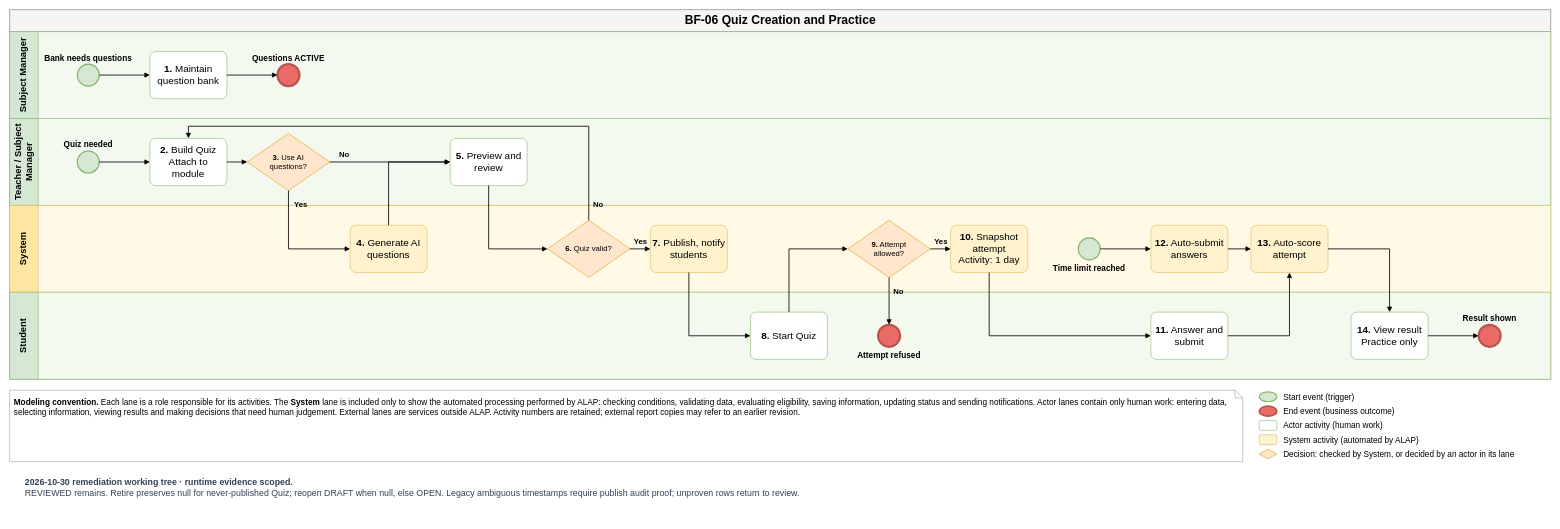
hygef-v4/AI-Powered-Learning-Platform keeps this draw.io diagram as aidlc-docs/inception/main-business-flows/BF-06-Quiz-Creation-and-Practice.drawio. Above is the earlier version. Source tidied: cells renumbered, new cells numbered last; positions are measured from the earlier drawing's top-left corner, leaving out a move shared by most shapes. Both pictures are drawn from the tidied source at 55%, with x=0, y=0 at pixel (9, 9).
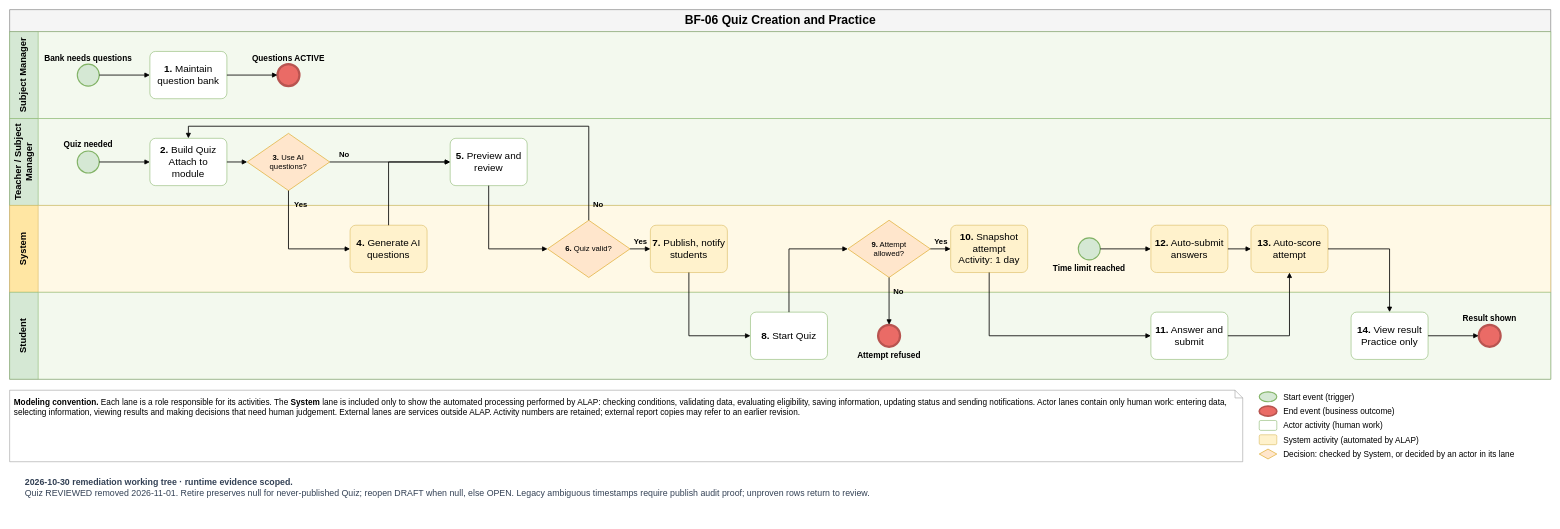
Above is the later version.

The edit, as a diff of the source:
```diff
@@
-    <mxCell id="58" value="&lt;b&gt;2026-10-30 remediation working tree · runtime evidence scoped.&lt;/b&gt;&lt;br&gt;REVIEWED remains. Retire preserves null for never-published Quiz; reopen DRAFT when null, else OPEN. Legacy ambiguous timestamps require publish audit proof; unproven rows return to review." style="text;html=1;whiteSpace=wrap;align=left;verticalAlign=top;fontSize=16;fontColor=#334155;spacing=8;" parent="1" vertex="1">
+    <mxCell id="58" value="&lt;b&gt;2026-10-30 remediation working tree · runtime evidence scoped.&lt;/b&gt;&lt;br&gt;Quiz REVIEWED removed 2026-11-01. Retire preserves null for never-published Quiz; reopen DRAFT when null, else OPEN. Legacy ambiguous timestamps require publish audit proof; unproven rows return to review." style="text;html=1;whiteSpace=wrap;align=left;verticalAlign=top;fontSize=16;fontColor=#334155;spacing=8;" parent="1" vertex="1">
       <mxGeometry x="20" y="837" width="2762" height="90" as="geometry" />
     </mxCell>
```
